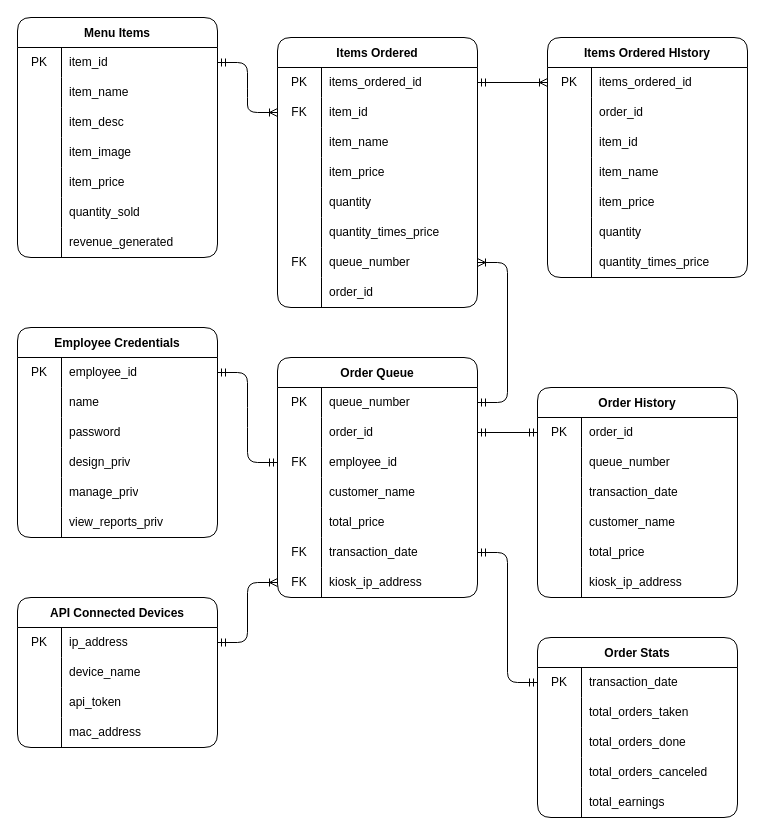
Above: DOCS/Diagrams/ERD Diagram.drawio in alexxGmZ/MenuMaApp (draw.io), before the change. Source tidied: cells renumbered, new cells numbered last; positions are measured from the earlier drawing's top-left corner, leaving out a move shared by most shapes. Both pictures are drawn from the tidied source at 100%, with x=0, y=0 at pixel (17, 17).
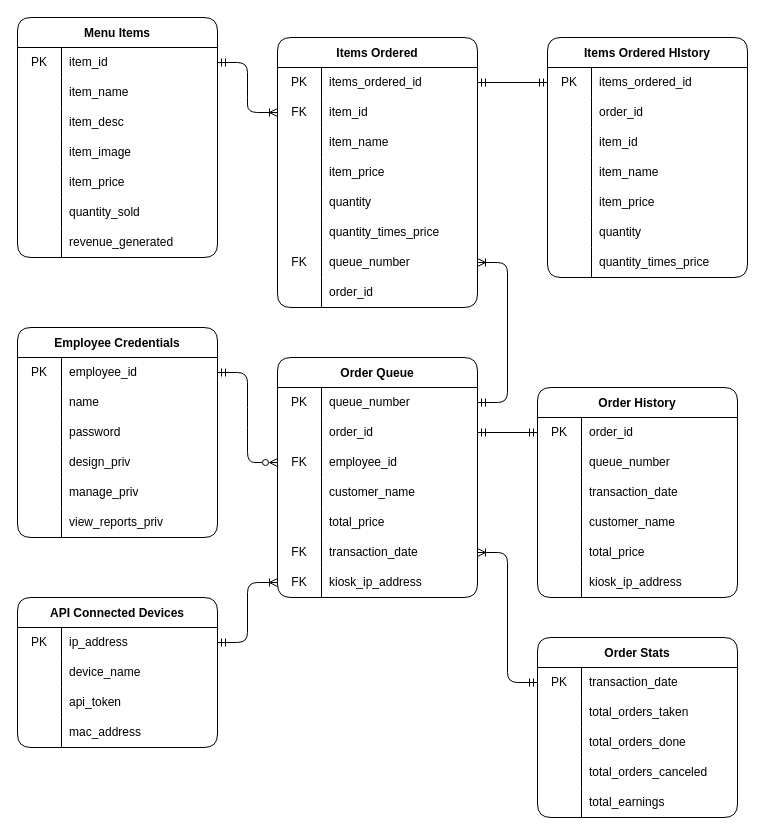
The same diagram, later.

Commit message:
diagram(erd): fix entity relationships

The change refers to these unchanged cells:
```xml
<mxCell id="3" style="shape=tableRow;horizontal=0;startSize=0;swimlaneHead=0;swimlaneBody=0;top=0;left=0;bottom=0;right=0;fillColor=none;points=[[0,0.5],[1,0.5]];portConstraint=eastwest;" parent="2" vertex="1">
  <mxGeometry y="30" width="200" height="30" as="geometry" />
</mxCell>
<mxCell id="50" style="shape=tableRow;horizontal=0;startSize=0;swimlaneHead=0;swimlaneBody=0;top=0;left=0;bottom=0;right=0;fillColor=none;points=[[0,0.5],[1,0.5]];portConstraint=eastwest;" parent="43" vertex="1">
  <mxGeometry y="90" width="200" height="30" as="geometry" />
</mxCell>
<mxCell id="59" style="shape=tableRow;horizontal=0;startSize=0;swimlaneHead=0;swimlaneBody=0;top=0;left=0;bottom=0;right=0;fillColor=none;points=[[0,0.5],[1,0.5]];portConstraint=eastwest;" parent="43" vertex="1">
  <mxGeometry y="180" width="200" height="30" as="geometry" />
</mxCell>
<mxCell id="66" style="shape=tableRow;horizontal=0;startSize=0;swimlaneHead=0;swimlaneBody=0;top=0;left=0;bottom=0;right=0;fillColor=none;points=[[0,0.5],[1,0.5]];portConstraint=eastwest;" parent="65" vertex="1">
  <mxGeometry y="30" width="200" height="30" as="geometry" />
</mxCell>
<mxCell id="94" style="shape=tableRow;horizontal=0;startSize=0;swimlaneHead=0;swimlaneBody=0;top=0;left=0;bottom=0;right=0;fillColor=none;points=[[0,0.5],[1,0.5]];portConstraint=eastwest;" parent="93" vertex="1">
  <mxGeometry y="30" width="200" height="30" as="geometry" />
</mxCell>
<mxCell id="145" style="shape=tableRow;horizontal=0;startSize=0;swimlaneHead=0;swimlaneBody=0;top=0;left=0;bottom=0;right=0;fillColor=none;points=[[0,0.5],[1,0.5]];portConstraint=eastwest;" parent="144" vertex="1">
  <mxGeometry y="30" width="200" height="30" as="geometry" />
</mxCell>
```

What changed in the source:
```diff
@@
-    <mxCell id="92" style="edgeStyle=entityRelationEdgeStyle;fontSize=12;html=1;endArrow=ERmandOne;startArrow=ERmandOne;exitX=1;exitY=0.5;exitDx=0;exitDy=0;entryX=0;entryY=0.5;entryDx=0;entryDy=0;rounded=1;" parent="1" edge="1" source="3" target="50">
+    <mxCell id="92" style="edgeStyle=entityRelationEdgeStyle;fontSize=12;html=1;endArrow=ERzeroToMany;startArrow=ERmandOne;exitX=1;exitY=0.5;exitDx=0;exitDy=0;entryX=0;entryY=0.5;entryDx=0;entryDy=0;rounded=1;endFill=0;" parent="1" edge="1" source="3" target="50">
       <mxGeometry relative="1" as="geometry" />
     </mxCell>
@@
-    <mxCell id="109" style="fontSize=12;html=1;endArrow=ERmandOne;startArrow=ERmandOne;entryX=0;entryY=0.5;entryDx=0;entryDy=0;rounded=1;endFill=0;exitX=1;exitY=0.5;exitDx=0;exitDy=0;" parent="1" edge="1" source="59" target="94">
+    <mxCell id="109" style="fontSize=12;html=1;endArrow=ERmandOne;startArrow=ERoneToMany;entryX=0;entryY=0.5;entryDx=0;entryDy=0;rounded=1;endFill=0;exitX=1;exitY=0.5;exitDx=0;exitDy=0;startFill=0;" parent="1" edge="1" source="59" target="94">
       <mxGeometry relative="1" as="geometry">
         <Array as="points">
           <mxPoint x="490" y="535" />
           <mxPoint x="490" y="665" />
         </Array>
       </mxGeometry>
     </mxCell>
@@
-    <mxCell id="166" style="edgeStyle=none;html=1;exitX=1;exitY=0.5;exitDx=0;exitDy=0;entryX=0;entryY=0.5;entryDx=0;entryDy=0;startArrow=ERmandOne;startFill=0;endArrow=ERoneToMany;endFill=0;" parent="1" edge="1" source="66" target="145">
+    <mxCell id="166" style="edgeStyle=none;html=1;exitX=1;exitY=0.5;exitDx=0;exitDy=0;entryX=0;entryY=0.5;entryDx=0;entryDy=0;startArrow=ERmandOne;startFill=0;endArrow=ERmandOne;endFill=0;" parent="1" edge="1" source="66" target="145">
       <mxGeometry relative="1" as="geometry" />
     </mxCell>
```
